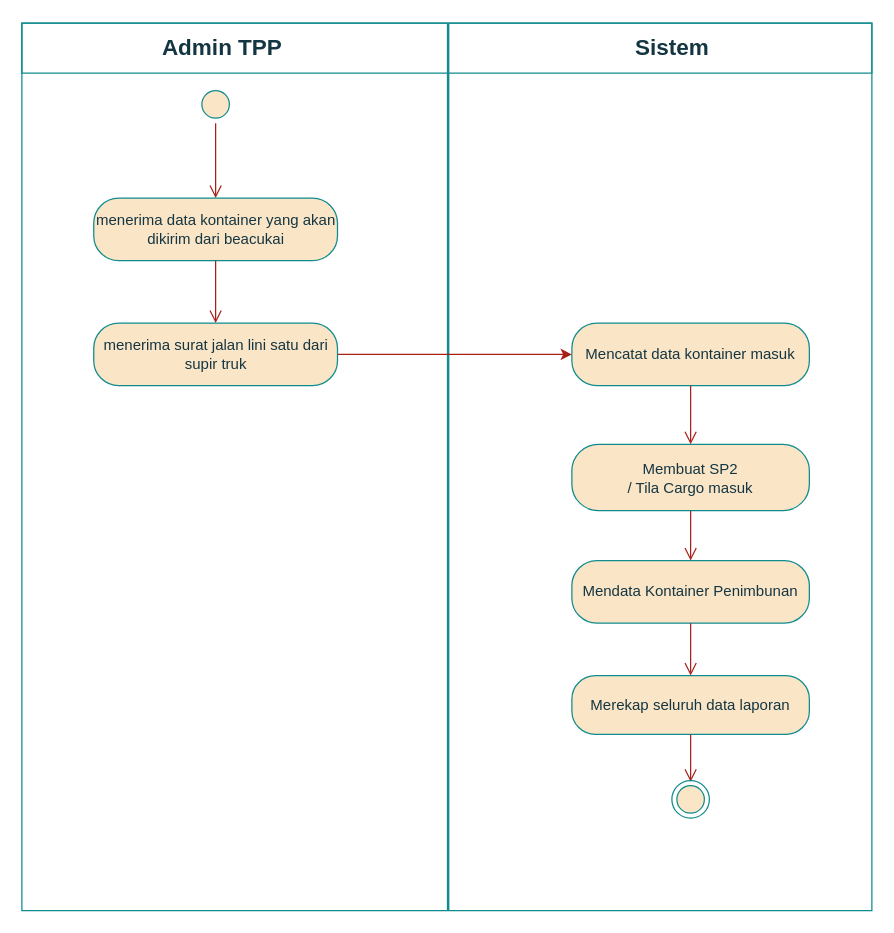
This is page "Kontainer Masuk" (1 of 2) of Activity Diagram pa tata.drawio from cuangshulhan/Flowchart, a draw.io file, before an edit. Source tidied: cells renumbered, new cells numbered last; positions are measured from the earlier drawing's top-left corner, leaving out a move shared by most shapes. Both pictures are drawn from the tidied source at 125%, with x=0, y=0 at pixel (21, 22).
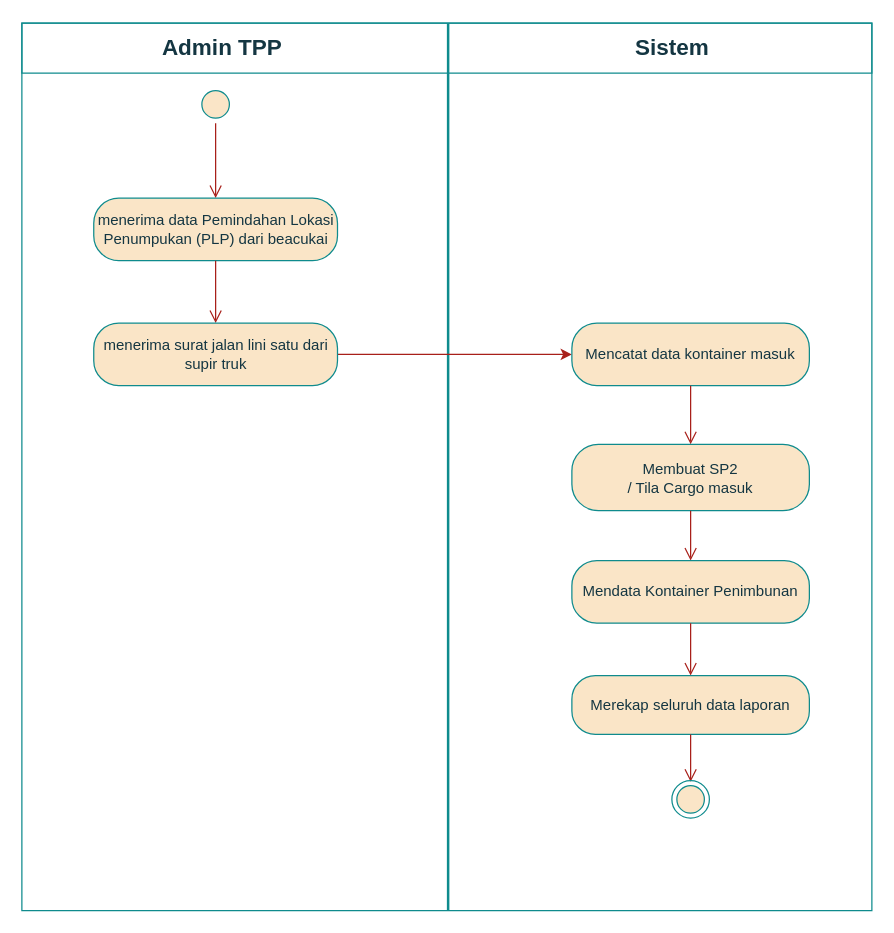
Above is the later version.

Change to the diagram source:
```diff
@@
-    <mxCell id="9" value="menerima data kontainer yang akan dikirim dari beacukai" style="rounded=1;whiteSpace=wrap;html=1;arcSize=40;fontColor=#143642;fillColor=#FAE5C7;strokeColor=#0F8B8D;" parent="1" vertex="1">
+    <mxCell id="9" value="menerima data Pemindahan Lokasi Penumpukan (PLP) dari beacukai" style="rounded=1;whiteSpace=wrap;html=1;arcSize=40;fontColor=#143642;fillColor=#FAE5C7;strokeColor=#0F8B8D;" parent="1" vertex="1">
       <mxGeometry x="57.5" y="140" width="195" height="50" as="geometry" />
     </mxCell>
```
